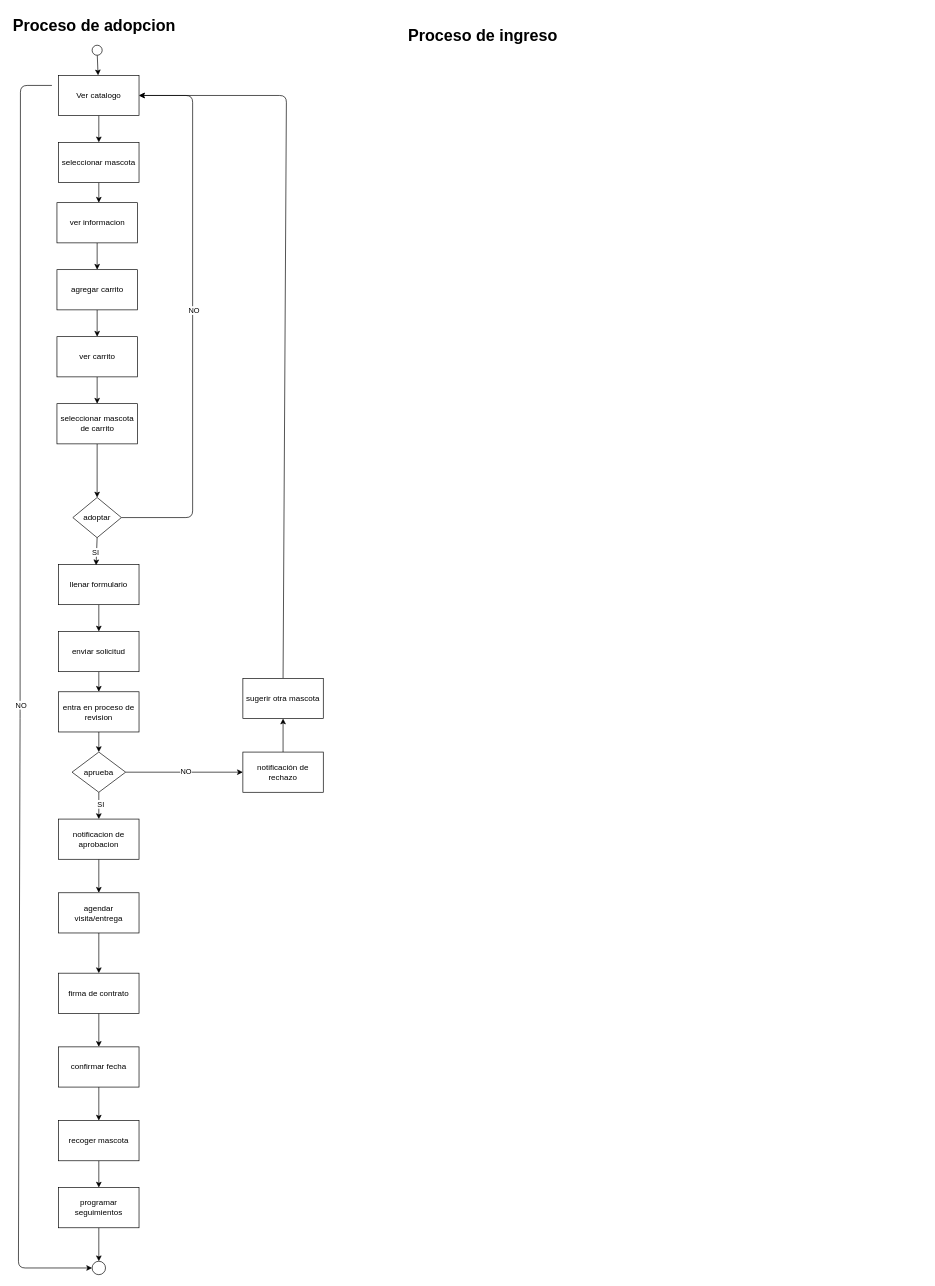
Before: refugio-app/src/data/Diagram.drawio in Viktor1712/SegundoProyectoRequerimientosDeSoftware, a draw.io diagram. Source tidied: cells renumbered, new cells numbered last; positions are measured from the earlier drawing's top-left corner, leaving out a move shared by most shapes. Both pictures are drawn from the tidied source at 67%, with x=0, y=0 at pixel (11, 11).
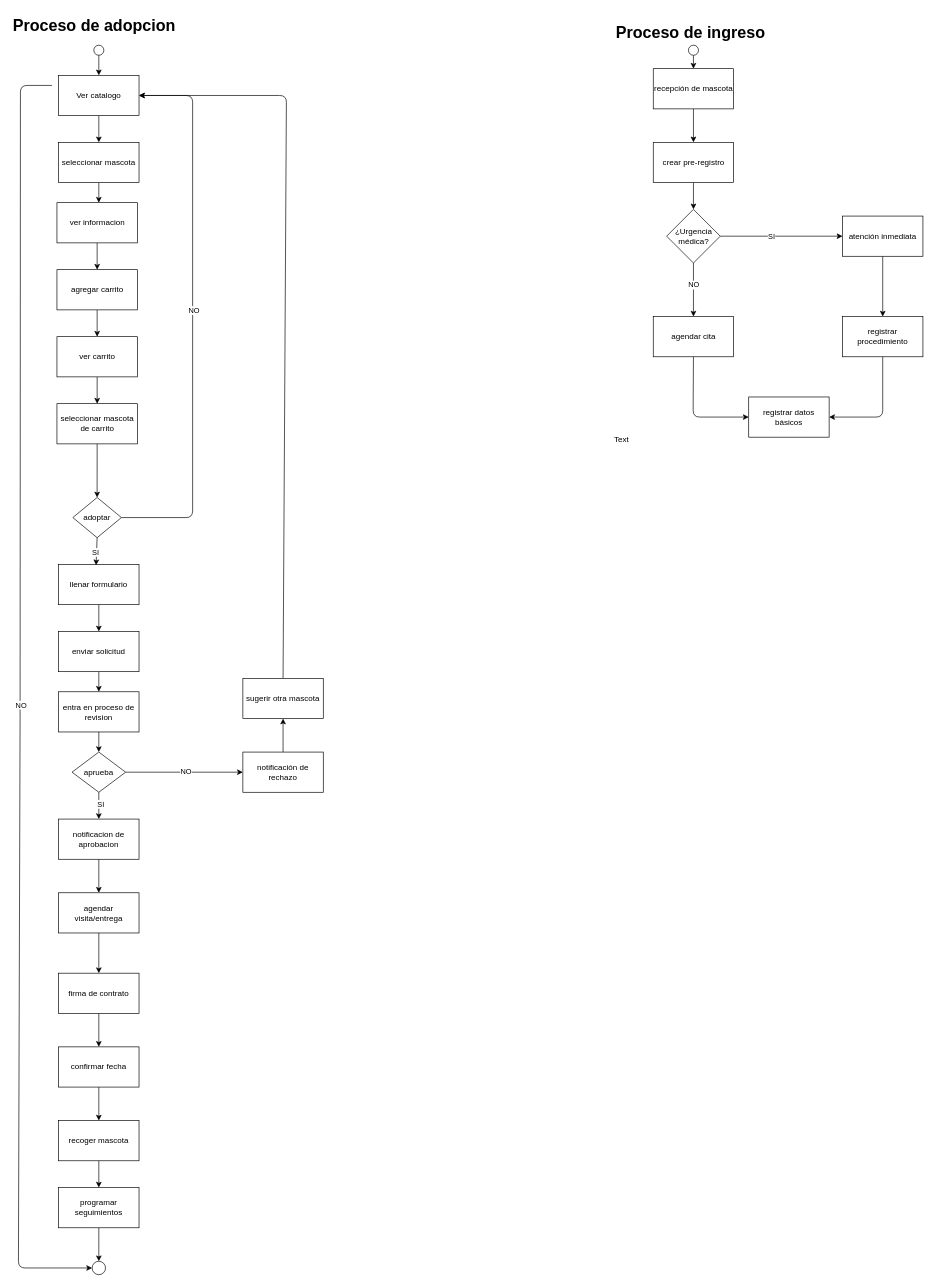
The same diagram, later.

Commit message:
Diagrama - Ingreso

What changed in the source:
```diff
@@
     <mxCell id="3" value="&lt;h1 style=&quot;margin-top: 0px;&quot;&gt;Proceso de ingreso&lt;/h1&gt;" style="text;html=1;whiteSpace=wrap;overflow=hidden;rounded=0;" parent="1" vertex="1">
-      <mxGeometry x="590" y="15" width="340" height="40" as="geometry" />
+      <mxGeometry x="900" y="10" width="340" height="40" as="geometry" />
     </mxCell>
@@
     <mxCell id="5" style="ellipse;whiteSpace=wrap;html=1;" parent="1" vertex="1">
-      <mxGeometry x="120" y="50" width="15" height="15" as="geometry" />
+      <mxGeometry x="122.5" y="50" width="15" height="15" as="geometry" />
     </mxCell>
@@
+    <mxCell id="53" style="edgeStyle=none;html=1;" parent="1" edge="1" source="54" target="56">
+      <mxGeometry relative="1" as="geometry" />
+    </mxCell>
+    <mxCell id="54" style="ellipse;whiteSpace=wrap;html=1;" parent="1" vertex="1">
+      <mxGeometry x="1010" y="50" width="15" height="15" as="geometry" />
+    </mxCell>
+    <mxCell id="55" style="edgeStyle=none;html=1;entryX=0.5;entryY=0;entryDx=0;entryDy=0;" parent="1" edge="1" source="56" target="58">
+      <mxGeometry relative="1" as="geometry" />
+    </mxCell>
+    <mxCell id="56" value="recepción de mascota" style="rounded=0;whiteSpace=wrap;html=1;" parent="1" vertex="1">
+      <mxGeometry x="957.5" y="85" width="120" height="60" as="geometry" />
+    </mxCell>
+    <mxCell id="57" style="edgeStyle=none;html=1;entryX=0.5;entryY=0;entryDx=0;entryDy=0;" parent="1" edge="1" source="58" target="63">
+      <mxGeometry relative="1" as="geometry" />
+    </mxCell>
+    <mxCell id="58" value="crear pre-registro" style="rounded=0;whiteSpace=wrap;html=1;" parent="1" vertex="1">
+      <mxGeometry x="957.5" y="195" width="120" height="60" as="geometry" />
+    </mxCell>
+    <mxCell id="59" style="edgeStyle=none;html=1;exitX=0.5;exitY=1;exitDx=0;exitDy=0;entryX=0.5;entryY=0;entryDx=0;entryDy=0;" parent="1" edge="1" source="63" target="65">
+      <mxGeometry relative="1" as="geometry" />
+    </mxCell>
+    <mxCell id="60" value="NO" style="edgeLabel;html=1;align=center;verticalAlign=middle;" parent="59" vertex="1">
+      <mxGeometry x="-0.19" relative="1" as="geometry" />
+    </mxCell>
+    <mxCell id="61" style="edgeStyle=none;html=1;exitX=1;exitY=0.5;exitDx=0;exitDy=0;entryX=0;entryY=0.5;entryDx=0;entryDy=0;" parent="1" edge="1" source="63" target="67">
+      <mxGeometry relative="1" as="geometry" />
+    </mxCell>
+    <mxCell id="62" value="SI" style="edgeLabel;html=1;align=center;verticalAlign=middle;" parent="61" vertex="1">
+      <mxGeometry x="-0.17" relative="1" as="geometry" />
+    </mxCell>
+    <mxCell id="63" value="¿Urgencia médica?" style="rhombus;whiteSpace=wrap;html=1;" parent="1" vertex="1">
+      <mxGeometry x="977.5" y="295" width="80" height="80" as="geometry" />
+    </mxCell>
+    <mxCell id="64" style="edgeStyle=none;html=1;exitX=0.5;exitY=1;exitDx=0;exitDy=0;entryX=0;entryY=0.5;entryDx=0;entryDy=0;" parent="1" edge="1" source="65" target="70">
+      <mxGeometry relative="1" as="geometry">
+        <Array as="points">
+          <mxPoint x="1017" y="605" />
+        </Array>
+      </mxGeometry>
+    </mxCell>
+    <mxCell id="65" value="agendar cita" style="rounded=0;whiteSpace=wrap;html=1;" parent="1" vertex="1">
+      <mxGeometry x="957.5" y="455" width="120" height="60" as="geometry" />
+    </mxCell>
+    <mxCell id="66" style="edgeStyle=none;html=1;exitX=0.5;exitY=1;exitDx=0;exitDy=0;entryX=0.5;entryY=0;entryDx=0;entryDy=0;" parent="1" edge="1" source="67" target="69">
+      <mxGeometry relative="1" as="geometry" />
+    </mxCell>
+    <mxCell id="67" value="atención inmediata" style="rounded=0;whiteSpace=wrap;html=1;" parent="1" vertex="1">
+      <mxGeometry x="1240" y="305" width="120" height="60" as="geometry" />
+    </mxCell>
+    <mxCell id="68" style="edgeStyle=none;html=1;entryX=1;entryY=0.5;entryDx=0;entryDy=0;" parent="1" edge="1" source="69" target="70">
+      <mxGeometry relative="1" as="geometry">
+        <Array as="points">
+          <mxPoint x="1300" y="605" />
+        </Array>
+      </mxGeometry>
+    </mxCell>
+    <mxCell id="69" value="registrar procedimiento" style="rounded=0;whiteSpace=wrap;html=1;" parent="1" vertex="1">
+      <mxGeometry x="1240" y="455" width="120" height="60" as="geometry" />
+    </mxCell>
+    <mxCell id="70" value="registrar datos básicos" style="rounded=0;whiteSpace=wrap;html=1;" parent="1" vertex="1">
+      <mxGeometry x="1100" y="575" width="120" height="60" as="geometry" />
+    </mxCell>
+    <mxCell id="71" value="Text" style="text;html=1;align=center;verticalAlign=middle;strokeColor=none;fillColor=none;" parent="1" vertex="1">
+      <mxGeometry x="890" y="623" width="40" height="30" as="geometry" />
+    </mxCell>
```
